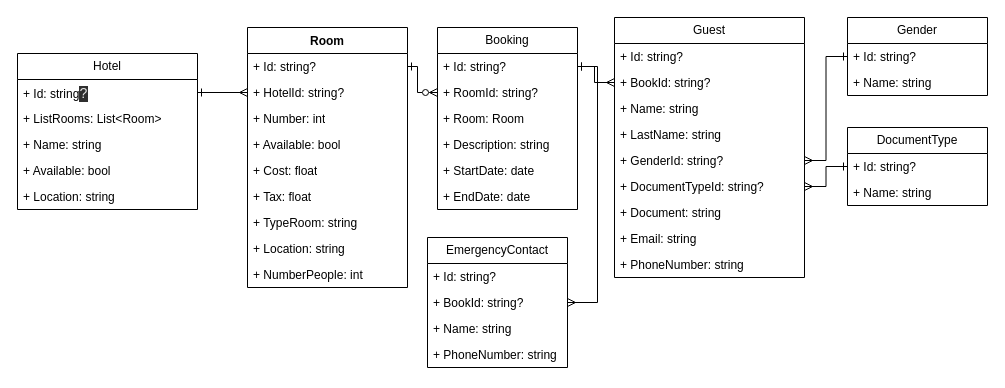
Above: Diagrama sin título.drawio in Alejo215/AppHoteles (draw.io), before the change. Source tidied: cells renumbered, new cells numbered last; positions are measured from the earlier drawing's top-left corner, leaving out a move shared by most shapes. Both pictures are drawn from the tidied source at 100%, with x=0, y=0 at pixel (17, 17).
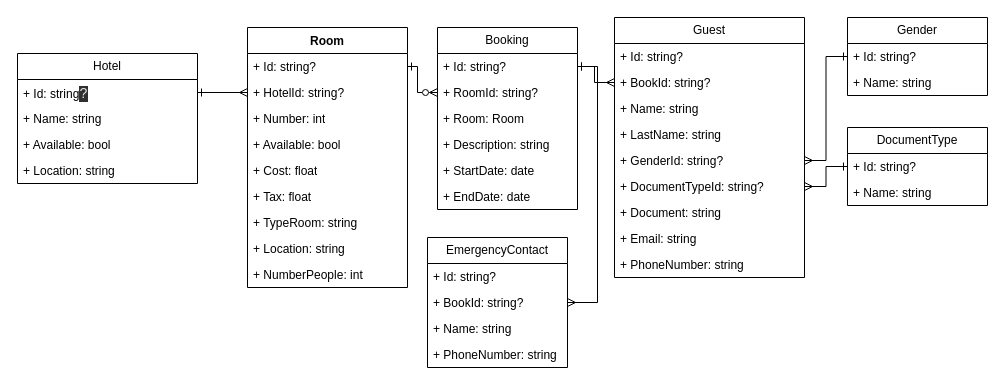
The same diagram, later.

Commit message:
Se elimina la lista de rooms en la coleccion hotel

Diff of the diagram source:
```diff
@@
     <mxCell id="2" value="Hotel" style="swimlane;fontStyle=0;horizontal=1;startSize=26;fillColor=none;whiteSpace=wrap;html=1;" parent="1" vertex="1">
-      <mxGeometry y="36" width="180" height="156" as="geometry" />
+      <mxGeometry y="36" width="180" height="130" as="geometry" />
     </mxCell>
@@
-    <mxCell id="4" value="+ ListRooms: List&amp;lt;Room&amp;gt;" style="text;strokeColor=none;fillColor=none;align=left;verticalAlign=top;spacingLeft=4;spacingRight=4;overflow=hidden;whiteSpace=wrap;html=1;" parent="2" vertex="1">
-      <mxGeometry y="52" width="180" height="26" as="geometry" />
-    </mxCell>
     <mxCell id="5" value="+ Name: string" style="text;strokeColor=none;fillColor=none;align=left;verticalAlign=top;spacingLeft=4;spacingRight=4;overflow=hidden;whiteSpace=wrap;html=1;" parent="2" vertex="1">
-      <mxGeometry y="78" width="180" height="26" as="geometry" />
+      <mxGeometry y="52" width="180" height="26" as="geometry" />
     </mxCell>
     <mxCell id="6" value="+ Available: bool" style="text;strokeColor=none;fillColor=none;align=left;verticalAlign=top;spacingLeft=4;spacingRight=4;overflow=hidden;whiteSpace=wrap;html=1;" parent="2" vertex="1">
-      <mxGeometry y="104" width="180" height="26" as="geometry" />
+      <mxGeometry y="78" width="180" height="26" as="geometry" />
     </mxCell>
     <mxCell id="7" value="+ Location: string" style="text;strokeColor=none;fillColor=none;align=left;verticalAlign=top;spacingLeft=4;spacingRight=4;overflow=hidden;whiteSpace=wrap;html=1;" parent="2" vertex="1">
-      <mxGeometry y="130" width="180" height="26" as="geometry" />
+      <mxGeometry y="104" width="180" height="26" as="geometry" />
     </mxCell>
```
